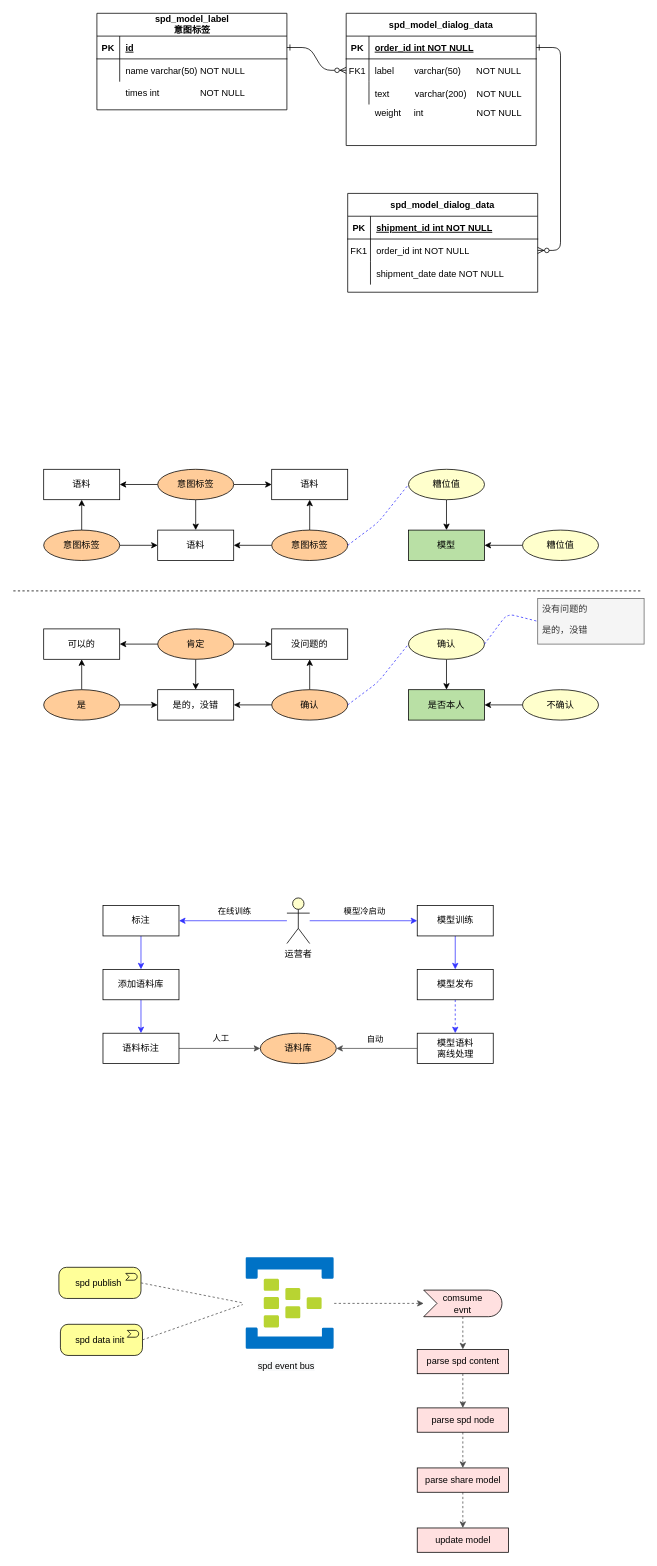
trey03/draw keeps this draw.io diagram as 实体.drawio. Above is the earlier version. Source tidied: cells renumbered, new cells numbered last; positions are measured from the earlier drawing's top-left corner, leaving out a move shared by most shapes. Both pictures are drawn from the tidied source at 76%, with x=0, y=0 at pixel (13, 13).
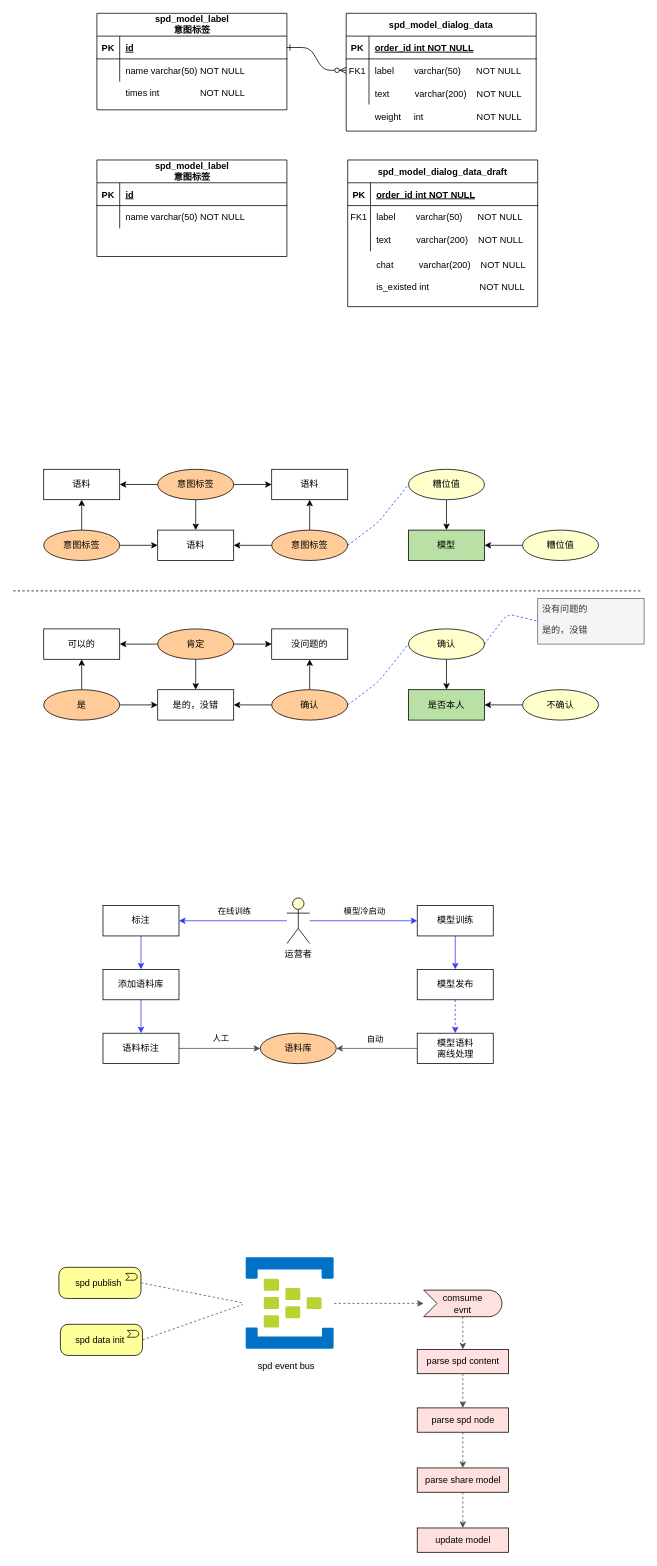
Above is the later version.

The change refers to these unchanged cells:
```xml
<mxCell id="64" style="shape=partialRectangle;fillColor=none;points=[[0,0.5],[1,0.5]];portConstraint=eastwest;top=0;left=0;right=0;bottom=1;" parent="63" vertex="1">
  <mxGeometry y="30" width="250" height="30" as="geometry" />
</mxCell>
```

What changed in the source:
```diff
@@
-    <mxCell id="3" style="edgeStyle=entityRelationEdgeStyle;endArrow=ERzeroToMany;startArrow=ERone;endFill=1;startFill=0;" parent="1" edge="1" source="64" target="57">
-      <mxGeometry relative="1" as="geometry" />
-    </mxCell>
@@
-    <mxCell id="53" value="spd_model_dialog_data" style="shape=table;startSize=30;childLayout=tableLayout;rowLines=0;fontStyle=1;align=center;" parent="1" vertex="1">
-      <mxGeometry x="440" y="237" width="250" height="130" as="geometry" />
-    </mxCell>
-    <mxCell id="54" style="shape=partialRectangle;fillColor=none;top=0;left=0;right=0;bottom=1;" parent="53" vertex="1">
-      <mxGeometry y="30" width="250" height="30" as="geometry" />
-    </mxCell>
-    <mxCell id="55" value="PK" style="shape=partialRectangle;overflow=hidden;fillColor=none;top=0;left=0;bottom=0;right=0;fontStyle=1;" parent="54" vertex="1">
-      <mxGeometry width="30" height="30" as="geometry" />
-    </mxCell>
-    <mxCell id="56" value="shipment_id int NOT NULL " style="shape=partialRectangle;overflow=hidden;fillColor=none;top=0;left=0;bottom=0;right=0;align=left;spacingLeft=6;fontStyle=5;" parent="54" vertex="1">
-      <mxGeometry x="30" width="220" height="30" as="geometry" />
-    </mxCell>
-    <mxCell id="57" style="shape=partialRectangle;fillColor=none;points=[[0,0.5],[1,0.5]];portConstraint=eastwest;top=0;left=0;right=0;bottom=0;" parent="53" vertex="1">
-      <mxGeometry y="60" width="250" height="30" as="geometry" />
-    </mxCell>
-    <mxCell id="58" value="FK1" style="shape=partialRectangle;overflow=hidden;fillColor=none;top=0;left=0;bottom=0;right=0;" parent="57" vertex="1">
-      <mxGeometry width="30" height="30" as="geometry" />
-    </mxCell>
-    <mxCell id="59" value="order_id int NOT NULL" style="shape=partialRectangle;overflow=hidden;fillColor=none;top=0;left=0;bottom=0;right=0;align=left;spacingLeft=6;" parent="57" vertex="1">
-      <mxGeometry x="30" width="220" height="30" as="geometry" />
-    </mxCell>
-    <mxCell id="60" style="shape=partialRectangle;fillColor=none;top=0;left=0;right=0;bottom=0;" parent="53" vertex="1">
-      <mxGeometry y="90" width="250" height="30" as="geometry" />
-    </mxCell>
-    <mxCell id="61" style="shape=partialRectangle;overflow=hidden;fillColor=none;top=0;left=0;bottom=0;right=0;" parent="60" vertex="1">
-      <mxGeometry width="30" height="30" as="geometry" />
-    </mxCell>
-    <mxCell id="62" value="shipment_date date NOT NULL" style="shape=partialRectangle;overflow=hidden;fillColor=none;top=0;left=0;bottom=0;right=0;align=left;spacingLeft=6;" parent="60" vertex="1">
-      <mxGeometry x="30" width="220" height="30" as="geometry" />
-    </mxCell>
     <mxCell id="63" value="spd_model_dialog_data" style="shape=table;startSize=30;childLayout=tableLayout;rowLines=0;fontStyle=1;align=center;" parent="1" vertex="1">
-      <mxGeometry x="438" width="250" height="174" as="geometry" />
+      <mxGeometry x="438" width="250" height="155" as="geometry" />
     </mxCell>
@@
+    <mxCell id="111" value="spd_model_dialog_data_draft" style="shape=table;startSize=30;childLayout=tableLayout;rowLines=0;fontStyle=1;align=center;" parent="1" vertex="1">
+      <mxGeometry x="440" y="193" width="250" height="193" as="geometry" />
+    </mxCell>
+    <mxCell id="112" style="shape=partialRectangle;fillColor=none;top=0;left=0;right=0;bottom=1;" parent="111" vertex="1">
+      <mxGeometry y="30" width="250" height="30" as="geometry" />
+    </mxCell>
+    <mxCell id="113" value="PK" style="shape=partialRectangle;overflow=hidden;fillColor=none;top=0;left=0;bottom=0;right=0;fontStyle=1;" parent="112" vertex="1">
+      <mxGeometry width="30" height="30" as="geometry" />
+    </mxCell>
+    <mxCell id="59" value="order_id int NOT NULL " style="shape=partialRectangle;overflow=hidden;fillColor=none;top=0;left=0;bottom=0;right=0;align=left;spacingLeft=6;fontStyle=5;" parent="112" vertex="1">
+      <mxGeometry x="30" width="220" height="30" as="geometry" />
+    </mxCell>
+    <mxCell id="114" style="shape=partialRectangle;fillColor=none;top=0;left=0;right=0;bottom=0;" parent="111" vertex="1">
+      <mxGeometry y="60" width="250" height="30" as="geometry" />
+    </mxCell>
+    <mxCell id="58" value="FK1" style="shape=partialRectangle;overflow=hidden;fillColor=none;top=0;left=0;bottom=0;right=0;" parent="114" vertex="1">
+      <mxGeometry width="30" height="30" as="geometry" />
+    </mxCell>
+    <mxCell id="115" value="label        varchar(50)      NOT NULL" style="shape=partialRectangle;overflow=hidden;fillColor=none;top=0;left=0;bottom=0;right=0;align=left;spacingLeft=6;" parent="114" vertex="1">
+      <mxGeometry x="30" width="220" height="30" as="geometry" />
+    </mxCell>
+    <mxCell id="60" style="shape=partialRectangle;fillColor=none;top=0;left=0;right=0;bottom=0;" parent="111" vertex="1">
+      <mxGeometry y="90" width="250" height="30" as="geometry" />
+    </mxCell>
+    <mxCell id="116" style="shape=partialRectangle;overflow=hidden;fillColor=none;top=0;left=0;bottom=0;right=0;" parent="60" vertex="1">
+      <mxGeometry width="30" height="30" as="geometry" />
+    </mxCell>
+    <mxCell id="117" value="text          varchar(200)    NOT NULL" style="shape=partialRectangle;overflow=hidden;fillColor=none;top=0;left=0;bottom=0;right=0;align=left;spacingLeft=6;" parent="60" vertex="1">
+      <mxGeometry x="30" width="220" height="30" as="geometry" />
+    </mxCell>
+    <mxCell id="118" value="spd_model_label&lt;br&gt;意图标签" style="shape=table;startSize=30;childLayout=tableLayout;rowLines=0;fontStyle=1;align=center;spacing=5;spacingTop=0;html=1;spacingBottom=0;" parent="1" vertex="1">
+      <mxGeometry x="110" y="193" width="250" height="127" as="geometry" />
+    </mxCell>
+    <mxCell id="119" style="shape=partialRectangle;fillColor=none;top=0;left=0;right=0;bottom=1;" parent="118" vertex="1">
+      <mxGeometry y="30" width="250" height="30" as="geometry" />
+    </mxCell>
+    <mxCell id="120" value="PK" style="shape=partialRectangle;overflow=hidden;fillColor=none;top=0;left=0;bottom=0;right=0;fontStyle=1;" parent="119" vertex="1">
+      <mxGeometry width="30" height="30" as="geometry" />
+    </mxCell>
+    <mxCell id="121" value="id" style="shape=partialRectangle;overflow=hidden;fillColor=none;top=0;left=0;bottom=0;right=0;align=left;spacingLeft=6;fontStyle=5;" parent="119" vertex="1">
+      <mxGeometry x="30" width="220" height="30" as="geometry" />
+    </mxCell>
+    <mxCell id="122" style="shape=partialRectangle;fillColor=none;top=0;left=0;right=0;bottom=0;" parent="118" vertex="1">
+      <mxGeometry y="60" width="250" height="30" as="geometry" />
+    </mxCell>
+    <mxCell id="123" style="shape=partialRectangle;overflow=hidden;fillColor=none;top=0;left=0;bottom=0;right=0;" parent="122" vertex="1">
+      <mxGeometry width="30" height="30" as="geometry" />
+    </mxCell>
+    <mxCell id="124" value="name varchar(50) NOT NULL" style="shape=partialRectangle;overflow=hidden;fillColor=none;top=0;left=0;bottom=0;right=0;align=left;spacingLeft=6;" parent="122" vertex="1">
+      <mxGeometry x="30" width="220" height="30" as="geometry" />
+    </mxCell>
@@
     <mxCell id="110" value="weight     int                     NOT NULL" style="shape=partialRectangle;overflow=hidden;fillColor=none;top=0;left=0;bottom=0;right=0;align=left;spacingLeft=6;" parent="1" vertex="1">
-      <mxGeometry x="468" y="115" width="220" height="30" as="geometry" />
+      <mxGeometry x="468" y="121" width="220" height="30" as="geometry" />
     </mxCell>
+    <mxCell id="125" value="chat          varchar(200)    NOT NULL" style="shape=partialRectangle;overflow=hidden;fillColor=none;top=0;left=0;bottom=0;right=0;align=left;spacingLeft=6;" parent="1" vertex="1">
+      <mxGeometry x="470" y="315" width="220" height="30" as="geometry" />
+    </mxCell>
+    <mxCell id="126" value="is_existed int                    NOT NULL" style="shape=partialRectangle;overflow=hidden;fillColor=none;top=0;left=0;bottom=0;right=0;align=left;spacingLeft=6;" parent="1" vertex="1">
+      <mxGeometry x="470" y="345" width="220" height="30" as="geometry" />
+    </mxCell>
```
